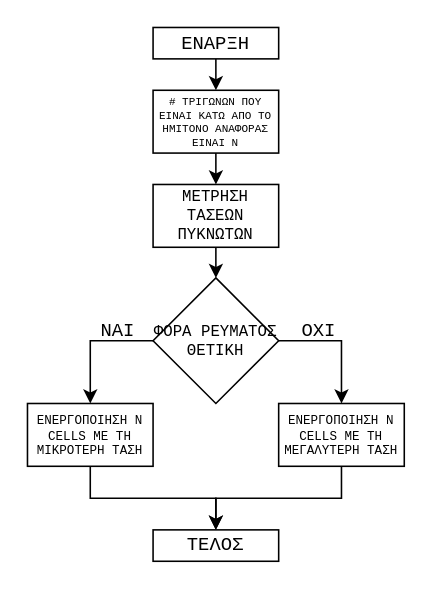
The draw.io diagram algorithm_1.drawio in thece36/drawio_mlvl_pulses, before the edit. Source tidied: cells renumbered, new cells numbered last; positions are measured from the earlier drawing's top-left corner, leaving out a move shared by most shapes. Both pictures are drawn from the tidied source at 157%, with x=0, y=0 at pixel (27, 27).
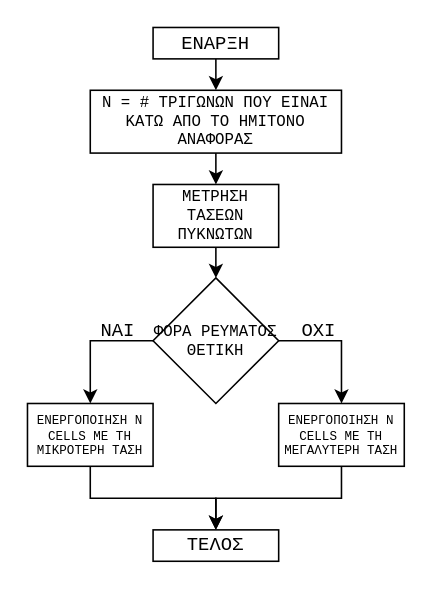
Above is the later version.

Change to the diagram source:
```diff
@@
 <mxGraphModel>
   <root>
     <mxCell id="0" />
     <mxCell id="1" parent="0" />
     <mxCell id="2" style="edgeStyle=orthogonalEdgeStyle;rounded=0;jettySize=auto;html=1;exitX=0.5;exitY=1;exitDx=0;exitDy=0;entryX=0.5;entryY=0;entryDx=0;entryDy=0;fontFamily=Courier New;fontSize=7;" parent="1" edge="1" source="3" target="5">
       <mxGeometry relative="1" as="geometry" />
     </mxCell>
     <mxCell id="3" value="&lt;font face=&quot;Courier New&quot;&gt;ΕΝΑΡΞΗ&lt;/font&gt;" style="rounded=0;whiteSpace=wrap;html=1;verticalAlign=middle;" parent="1" vertex="1">
       <mxGeometry x="80" width="80" height="20" as="geometry" />
     </mxCell>
     <mxCell id="4" style="edgeStyle=orthogonalEdgeStyle;rounded=0;jettySize=auto;html=1;exitX=0.5;exitY=1;exitDx=0;exitDy=0;entryX=0.5;entryY=0;entryDx=0;entryDy=0;fontFamily=Courier New;fontSize=10;" parent="1" edge="1" source="5" target="15">
       <mxGeometry relative="1" as="geometry" />
     </mxCell>
-    <mxCell id="5" value="# ΤΡΙΓΩΝΩΝ ΠΟΥ ΕΙΝΑΙ ΚΑΤΩ ΑΠΟ ΤΟ ΗΜΙΤΟΝΟ ΑΝΑΦΟΡΑΣ ΕΙΝΑΙ Ν" style="rounded=0;whiteSpace=wrap;html=1;fontFamily=Courier New;fontSize=7;verticalAlign=bottom;" parent="1" vertex="1">
-      <mxGeometry x="80" y="40" width="80" height="40" as="geometry" />
+    <mxCell id="5" value="Ν = # ΤΡΙΓΩΝΩΝ ΠΟΥ ΕΙΝΑΙ ΚΑΤΩ ΑΠΟ ΤΟ ΗΜΙΤΟΝΟ ΑΝΑΦΟΡΑΣ" style="rounded=0;whiteSpace=wrap;html=1;fontFamily=Courier New;fontSize=10;verticalAlign=middle;" parent="1" vertex="1">
+      <mxGeometry x="40" y="40" width="160" height="40" as="geometry" />
     </mxCell>
     <mxCell id="6" style="edgeStyle=orthogonalEdgeStyle;rounded=0;jettySize=auto;html=1;exitX=0;exitY=0.5;exitDx=0;exitDy=0;entryX=0.5;entryY=0;entryDx=0;entryDy=0;fontFamily=Courier New;fontSize=8;" parent="1" edge="1" source="8" target="10">
       <mxGeometry relative="1" as="geometry" />
     </mxCell>
     <mxCell id="7" style="edgeStyle=orthogonalEdgeStyle;rounded=0;jettySize=auto;html=1;exitX=1;exitY=0.5;exitDx=0;exitDy=0;entryX=0.5;entryY=0;entryDx=0;entryDy=0;fontFamily=Courier New;fontSize=12;" parent="1" edge="1" source="8" target="12">
       <mxGeometry relative="1" as="geometry" />
     </mxCell>
     <mxCell id="8" value="ΦΟΡΑ ΡΕΥΜΑΤΟΣ ΘΕΤΙΚΗ" style="rhombus;whiteSpace=wrap;html=1;fontFamily=Courier New;fontSize=10;" parent="1" vertex="1">
       <mxGeometry x="80" y="159.5" width="80" height="80" as="geometry" />
     </mxCell>
     <mxCell id="9" style="edgeStyle=orthogonalEdgeStyle;rounded=0;jettySize=auto;html=1;exitX=0.5;exitY=1;exitDx=0;exitDy=0;entryX=0.5;entryY=0;entryDx=0;entryDy=0;fontFamily=Courier New;fontSize=10;" parent="1" edge="1" source="10" target="17">
       <mxGeometry relative="1" as="geometry" />
     </mxCell>
     <mxCell id="10" value="&lt;font style=&quot;font-size: 8px&quot; face=&quot;Courier New&quot;&gt;ΕΝΕΡΓΟΠΟΙΗΣΗ N CELLS ΜΕ ΤΗ ΜΙΚΡΟΤΕΡΗ ΤΑΣΗ&lt;/font&gt;" style="rounded=0;whiteSpace=wrap;html=1;verticalAlign=middle;fontSize=8;" parent="1" vertex="1">
       <mxGeometry y="239.5" width="80" height="40" as="geometry" />
     </mxCell>
     <mxCell id="11" style="edgeStyle=orthogonalEdgeStyle;rounded=0;jettySize=auto;html=1;exitX=0.5;exitY=1;exitDx=0;exitDy=0;entryX=0.5;entryY=0;entryDx=0;entryDy=0;fontFamily=Courier New;fontSize=10;" parent="1" edge="1" source="12" target="17">
       <mxGeometry relative="1" as="geometry" />
     </mxCell>
     <mxCell id="12" value="&lt;font style=&quot;font-size: 8px&quot; face=&quot;Courier New&quot;&gt;ΕΝΕΡΓΟΠΟΙΗΣΗ N CELLS ΜΕ ΤΗ ΜΕΓΑΛΥΤΕΡΗ ΤΑΣΗ&lt;/font&gt;" style="rounded=0;whiteSpace=wrap;html=1;verticalAlign=middle;fontSize=8;" parent="1" vertex="1">
       <mxGeometry x="160" y="239.5" width="80" height="40" as="geometry" />
     </mxCell>
     <mxCell id="13" value="ΝΑΙ" style="text;html=1;align=left;verticalAlign=top;spacingTop=-4;fontSize=12;fontFamily=Courier New;" parent="1" vertex="1">
       <mxGeometry x="45" y="183.5" width="30" height="10" as="geometry" />
     </mxCell>
     <mxCell id="14" style="edgeStyle=orthogonalEdgeStyle;rounded=0;jettySize=auto;html=1;exitX=0.5;exitY=1;exitDx=0;exitDy=0;entryX=0.5;entryY=0;entryDx=0;entryDy=0;fontFamily=Courier New;fontSize=10;" parent="1" edge="1" source="15" target="8">
       <mxGeometry relative="1" as="geometry" />
     </mxCell>
     <mxCell id="15" value="ΜΕΤΡΗΣΗ ΤΑΣΕΩΝ ΠΥΚΝΩΤΩΝ" style="rounded=0;whiteSpace=wrap;html=1;fontFamily=Courier New;fontSize=10;verticalAlign=middle;" parent="1" vertex="1">
       <mxGeometry x="80" y="100" width="80" height="40" as="geometry" />
     </mxCell>
     <mxCell id="16" value="ΟΧΙ" style="text;html=1;align=left;verticalAlign=top;spacingTop=-4;fontSize=12;fontFamily=Courier New;" parent="1" vertex="1">
       <mxGeometry x="173" y="183.5" width="40" height="20" as="geometry" />
     </mxCell>
     <mxCell id="17" value="ΤΕΛΟΣ" style="rounded=0;whiteSpace=wrap;html=1;verticalAlign=middle;fontFamily=Courier New;" parent="1" vertex="1">
       <mxGeometry x="80" y="320" width="80" height="20" as="geometry" />
     </mxCell>
   </root>
 </mxGraphModel>
```
